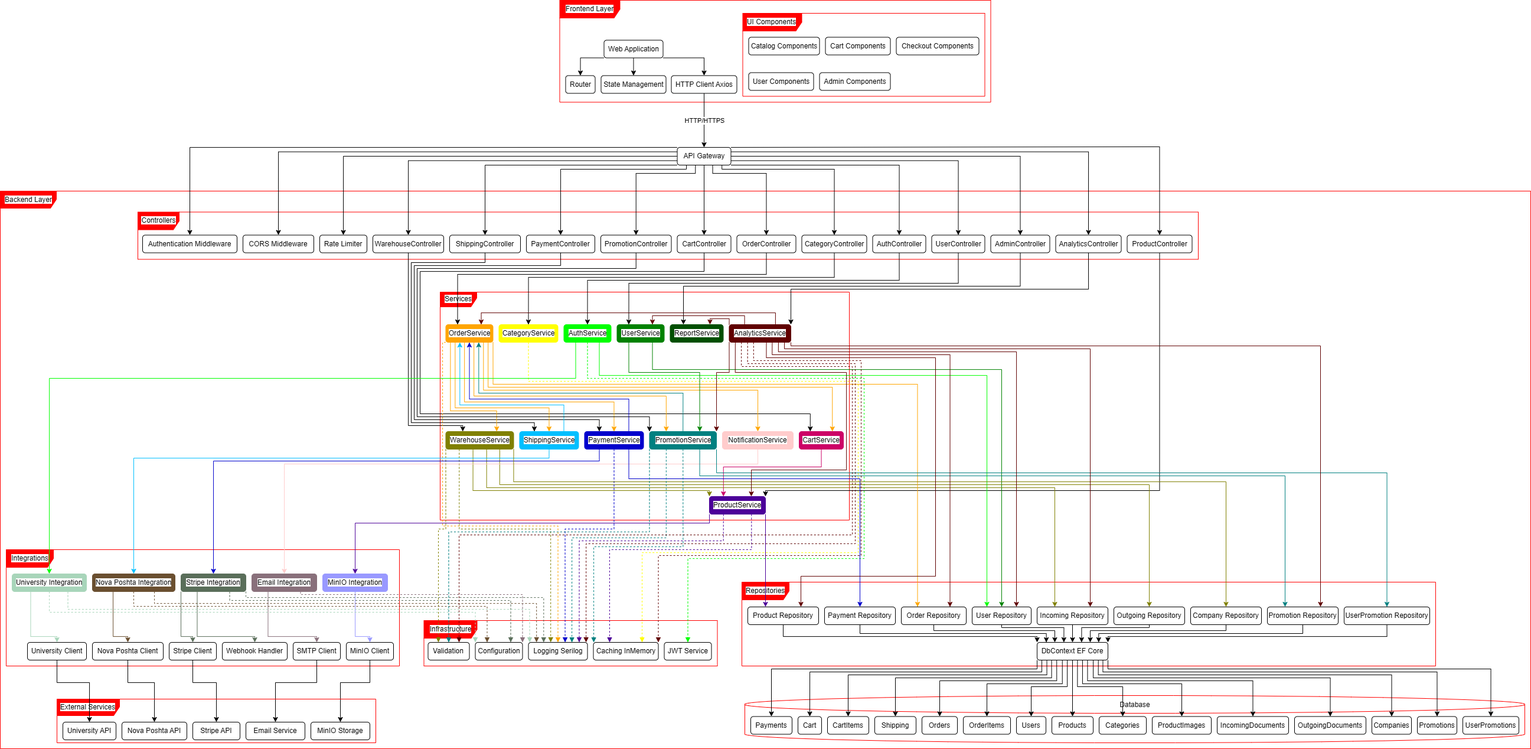
This is docs/diagrams/rendered/component-diagram-application-structure.png from DanSam29/souvenir-shop-khdu, a draw.io export, as it was before one commit. Source tidied: cells renumbered, new cells last; positions are measured from the earlier drawing's top-left corner, leaving out a move shared by most shapes.
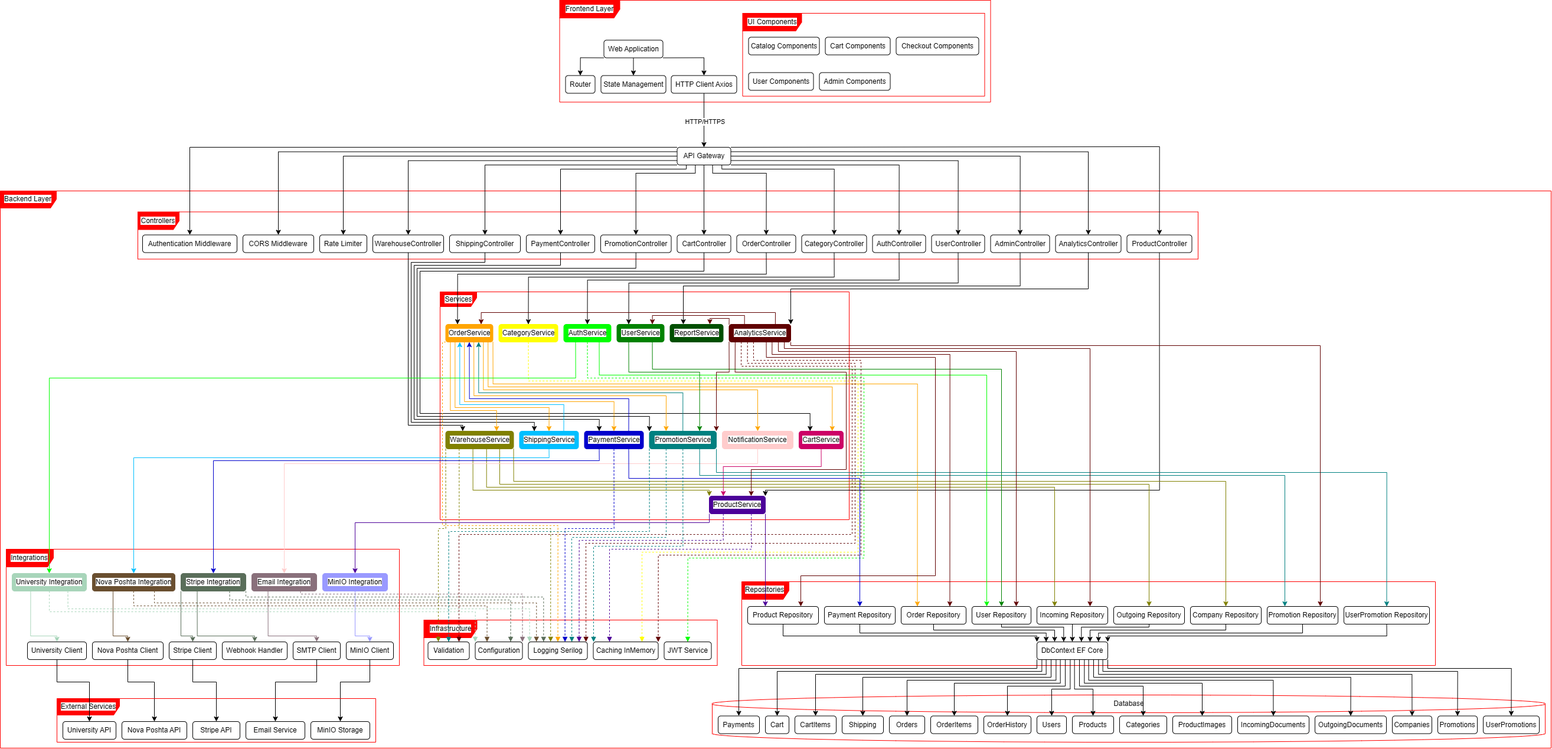
Later version of the same file.

What changed in the source:
```diff
@@ -136,3 +136,3 @@
     </mxCell>
-    <mxCell id="46" value="DbContext EF Core" style="rounded=1;whiteSpace=wrap;html=1;" parent="1" vertex="1">
+    <mxCell id="46" value="DbContext EF Core" style="rounded=1;whiteSpace=wrap;html=1;points=[[0,0,0,0,0],[0,0.25,0,0,0],[0,0.5,0,0,0],[0,0.75,0,0,0],[0,1,0,0,0],[0.07,1,0,0,0],[0.13,1,0,0,0],[0.2,1,0,0,0],[0.25,0,0,0,0],[0.27,1,0,0,0],[0.33,1,0,0,0],[0.4,1,0,0,0],[0.47,1,0,0,0],[0.5,0,0,0,0],[0.53,1,0,0,0],[0.6,1,0,0,0],[0.67,1,0,0,0],[0.73,1,0,0,0],[0.75,0,0,0,0],[0.8,1,0,0,0],[0.87,1,0,0,0],[0.93,1,0,0,0],[1,0,0,0,0],[1,0.25,0,0,0],[1,0.5,0,0,0],[1,0.75,0,0,0],[1,1,0,0,0]];" parent="1" vertex="1">
       <mxGeometry x="1756" y="1087" width="120" height="30" as="geometry" />
@@ -143,6 +143,6 @@
     <mxCell id="48" style="shape=cylinder3;whiteSpace=wrap;html=1;boundedLbl=1;backgroundOutline=1;size=15;strokeColor=#FF0000;" parent="1" vertex="1">
-      <mxGeometry x="1261" y="1177" width="1321" height="80" as="geometry" />
+      <mxGeometry x="1206" y="1177" width="1411" height="80" as="geometry" />
     </mxCell>
     <mxCell id="49" value="&lt;span style=&quot;background-color: light-dark(#ffffff, var(--ge-dark-color, #121212));&quot;&gt;Database&lt;/span&gt;" style="text;html=1;whiteSpace=wrap;strokeColor=none;fillColor=none;align=center;verticalAlign=middle;rounded=0;" parent="1" vertex="1">
-      <mxGeometry x="1892" y="1177.5" width="60" height="30" as="geometry" />
+      <mxGeometry x="1881.5" y="1177" width="60" height="30" as="geometry" />
     </mxCell>
@@ -182,3 +182,3 @@
     <mxCell id="61" value="&lt;span style=&quot;background-color: light-dark(#ffffff, var(--ge-dark-color, #121212));&quot;&gt;Backend Layer&lt;/span&gt;" style="shape=umlFrame;whiteSpace=wrap;html=1;width=95;height=29;fillColor=#FF0000;strokeColor=#FF0000;" parent="1" vertex="1">
-      <mxGeometry y="323" width="2592" height="944" as="geometry" />
+      <mxGeometry y="323" width="2627" height="944" as="geometry" />
     </mxCell>
@@ -289,128 +289,37 @@
     <mxCell id="85" value="Payments" style="rounded=1;whiteSpace=wrap;html=1;" parent="1" vertex="1">
-      <mxGeometry x="1271" y="1212.5" width="70" height="30" as="geometry" />
+      <mxGeometry x="1216" y="1212.5" width="70" height="30" as="geometry" />
     </mxCell>
     <mxCell id="86" value="Cart" style="rounded=1;whiteSpace=wrap;html=1;" parent="1" vertex="1">
-      <mxGeometry x="1351" y="1212.5" width="40" height="30" as="geometry" />
+      <mxGeometry x="1296" y="1212.5" width="40" height="30" as="geometry" />
     </mxCell>
     <mxCell id="87" value="CartItems" style="rounded=1;whiteSpace=wrap;html=1;" parent="1" vertex="1">
-      <mxGeometry x="1401" y="1212.5" width="70" height="30" as="geometry" />
+      <mxGeometry x="1346" y="1212.5" width="70" height="30" as="geometry" />
     </mxCell>
     <mxCell id="88" value="Shipping" style="rounded=1;whiteSpace=wrap;html=1;" parent="1" vertex="1">
-      <mxGeometry x="1481" y="1212.5" width="70" height="30" as="geometry" />
+      <mxGeometry x="1426" y="1212.5" width="70" height="30" as="geometry" />
     </mxCell>
     <mxCell id="89" value="Orders" style="rounded=1;whiteSpace=wrap;html=1;" parent="1" vertex="1">
-      <mxGeometry x="1561" y="1212.5" width="60" height="30" as="geometry" />
+      <mxGeometry x="1506" y="1212.5" width="60" height="30" as="geometry" />
     </mxCell>
     <mxCell id="90" value="OrderItems" style="rounded=1;whiteSpace=wrap;html=1;" parent="1" vertex="1">
-      <mxGeometry x="1631" y="1212.5" width="80" height="30" as="geometry" />
+      <mxGeometry x="1576" y="1212.5" width="80" height="30" as="geometry" />
     </mxCell>
     <mxCell id="91" value="Users" style="rounded=1;whiteSpace=wrap;html=1;" parent="1" vertex="1">
-      <mxGeometry x="1721" y="1212.5" width="50" height="30" as="geometry" />
+      <mxGeometry x="1756" y="1212.5" width="50" height="30" as="geometry" />
     </mxCell>
     <mxCell id="92" value="Products" style="rounded=1;whiteSpace=wrap;html=1;" parent="1" vertex="1">
-      <mxGeometry x="1781" y="1212.5" width="70" height="30" as="geometry" />
+      <mxGeometry x="1816" y="1212.5" width="70" height="30" as="geometry" />
     </mxCell>
     <mxCell id="93" value="Categories" style="rounded=1;whiteSpace=wrap;html=1;" parent="1" vertex="1">
-      <mxGeometry x="1861" y="1212.5" width="80" height="30" as="geometry" />
+      <mxGeometry x="1896" y="1212.5" width="80" height="30" as="geometry" />
     </mxCell>
     <mxCell id="94" value="ProductImages" style="rounded=1;whiteSpace=wrap;html=1;" parent="1" vertex="1">
-      <mxGeometry x="1951" y="1212.5" width="100" height="30" as="geometry" />
+      <mxGeometry x="1986" y="1212.5" width="100" height="30" as="geometry" />
     </mxCell>
     <mxCell id="95" value="IncomingDocuments" style="rounded=1;whiteSpace=wrap;html=1;" parent="1" vertex="1">
-      <mxGeometry x="2061" y="1212.5" width="121" height="30" as="geometry" />
+      <mxGeometry x="2096" y="1212.5" width="121" height="30" as="geometry" />
     </mxCell>
     <mxCell id="96" value="OutgoingDocuments" style="rounded=1;whiteSpace=wrap;html=1;" parent="1" vertex="1">
-      <mxGeometry x="2192" y="1212.5" width="121" height="30" as="geometry" />
+      <mxGeometry x="2227" y="1212.5" width="121" height="30" as="geometry" />
     </mxCell>
-    <mxCell id="97" style="endArrow=classic;html=1;rounded=0;exitX=0;exitY=1;exitDx=0;exitDy=0;entryX=0.5;entryY=0;entryDx=0;entryDy=0;edgeStyle=orthogonalEdgeStyle;" parent="1" edge="1" source="46" target="85">
-      <mxGeometry relative="1" as="geometry">
-        <Array as="points">
-          <mxPoint x="1756" y="1132" />
-          <mxPoint x="1306" y="1132" />
-        </Array>
-      </mxGeometry>
-    </mxCell>
-    <mxCell id="98" style="endArrow=classic;html=1;rounded=0;exitX=0.067;exitY=1.001;exitDx=0;exitDy=0;exitPerimeter=0;entryX=0.5;entryY=0;entryDx=0;entryDy=0;edgeStyle=orthogonalEdgeStyle;" parent="1" edge="1" source="46" target="86">
-      <mxGeometry relative="1" as="geometry">
-        <Array as="points">
-          <mxPoint x="1764" y="1137" />
-          <mxPoint x="1371" y="1137" />
-        </Array>
-      </mxGeometry>
-    </mxCell>
-    <mxCell id="99" style="endArrow=classic;html=1;rounded=0;exitX=0.138;exitY=1.005;exitDx=0;exitDy=0;exitPerimeter=0;entryX=0.5;entryY=0;entryDx=0;entryDy=0;edgeStyle=orthogonalEdgeStyle;" parent="1" edge="1" source="46" target="87">
-      <mxGeometry relative="1" as="geometry">
-        <Array as="points">
-          <mxPoint x="1773" y="1142" />
-          <mxPoint x="1436" y="1142" />
-        </Array>
-      </mxGeometry>
-    </mxCell>
-    <mxCell id="100" style="endArrow=classic;html=1;rounded=0;exitX=0.205;exitY=1.003;exitDx=0;exitDy=0;exitPerimeter=0;entryX=0.5;entryY=0;entryDx=0;entryDy=0;edgeStyle=orthogonalEdgeStyle;" parent="1" edge="1" source="46" target="88">
-      <mxGeometry relative="1" as="geometry">
-        <Array as="points">
-          <mxPoint x="1781" y="1147" />
-          <mxPoint x="1516" y="1147" />
-        </Array>
-      </mxGeometry>
-    </mxCell>
-    <mxCell id="101" style="endArrow=classic;html=1;rounded=0;exitX=0.277;exitY=1.005;exitDx=0;exitDy=0;exitPerimeter=0;entryX=0.5;entryY=0;entryDx=0;entryDy=0;edgeStyle=orthogonalEdgeStyle;" parent="1" edge="1" source="46" target="89">
-      <mxGeometry relative="1" as="geometry">
-        <Array as="points">
-          <mxPoint x="1789" y="1152" />
-          <mxPoint x="1591" y="1152" />
-        </Array>
-      </mxGeometry>
-    </mxCell>
-    <mxCell id="102" style="endArrow=classic;html=1;rounded=0;exitX=0.356;exitY=1.005;exitDx=0;exitDy=0;exitPerimeter=0;entryX=0.5;entryY=0;entryDx=0;entryDy=0;edgeStyle=orthogonalEdgeStyle;" parent="1" edge="1" source="46" target="90">
-      <mxGeometry relative="1" as="geometry">
-        <Array as="points">
-          <mxPoint x="1799" y="1157" />
-          <mxPoint x="1671" y="1157" />
-        </Array>
-      </mxGeometry>
-    </mxCell>
-    <mxCell id="103" style="endArrow=classic;html=1;rounded=0;exitX=0.426;exitY=1.003;exitDx=0;exitDy=0;entryX=0.5;entryY=0;entryDx=0;entryDy=0;exitPerimeter=0;edgeStyle=orthogonalEdgeStyle;" parent="1" edge="1" source="46" target="91">
-      <mxGeometry relative="1" as="geometry">
-        <Array as="points">
-          <mxPoint x="1807" y="1162" />
-          <mxPoint x="1746" y="1162" />
-        </Array>
-      </mxGeometry>
-    </mxCell>
-    <mxCell id="104" style="endArrow=classic;html=1;rounded=0;exitX=0.5;exitY=1;exitDx=0;exitDy=0;entryX=0.5;entryY=0;entryDx=0;entryDy=0;" parent="1" edge="1" source="46" target="92">
-      <mxGeometry relative="1" as="geometry" />
-    </mxCell>
-    <mxCell id="105" style="endArrow=classic;html=1;rounded=0;exitX=0.57;exitY=1.003;exitDx=0;exitDy=0;exitPerimeter=0;entryX=0.5;entryY=0;entryDx=0;entryDy=0;edgeStyle=orthogonalEdgeStyle;" parent="1" edge="1" source="46" target="93">
-      <mxGeometry relative="1" as="geometry">
-        <Array as="points">
-          <mxPoint x="1824" y="1162" />
-          <mxPoint x="1901" y="1162" />
-        </Array>
-      </mxGeometry>
-    </mxCell>
-    <mxCell id="106" style="endArrow=classic;html=1;rounded=0;exitX=0.641;exitY=1.003;exitDx=0;exitDy=0;exitPerimeter=0;entryX=0.5;entryY=0;entryDx=0;entryDy=0;edgeStyle=orthogonalEdgeStyle;" parent="1" edge="1" source="46" target="94">
-      <mxGeometry relative="1" as="geometry">
-        <Array as="points">
-          <mxPoint x="1833" y="1157" />
-          <mxPoint x="2001" y="1157" />
-        </Array>
-      </mxGeometry>
-    </mxCell>
-    <mxCell id="107" style="endArrow=classic;html=1;rounded=0;exitX=0.712;exitY=1.005;exitDx=0;exitDy=0;exitPerimeter=0;entryX=0.5;entryY=0;entryDx=0;entryDy=0;edgeStyle=orthogonalEdgeStyle;" parent="1" edge="1" source="46" target="95">
-      <mxGeometry relative="1" as="geometry">
-        <Array as="points">
-          <mxPoint x="1841" y="1152" />
-          <mxPoint x="2122" y="1152" />
-        </Array>
-      </mxGeometry>
-    </mxCell>
-    <mxCell id="108" style="endArrow=classic;html=1;rounded=0;exitX=0.792;exitY=1.005;exitDx=0;exitDy=0;exitPerimeter=0;entryX=0.5;entryY=0;entryDx=0;entryDy=0;edgeStyle=orthogonalEdgeStyle;" parent="1" edge="1" source="46" target="96">
-      <mxGeometry relative="1" as="geometry">
-        <Array as="points">
-          <mxPoint x="1851" y="1147" />
-          <mxPoint x="2252" y="1147" />
-        </Array>
-      </mxGeometry>
-    </mxCell>
     <mxCell id="109" style="endArrow=classic;html=1;rounded=0;exitX=0.5;exitY=1;exitDx=0;exitDy=0;entryX=0.5;entryY=0;entryDx=0;entryDy=0;edgeStyle=orthogonalEdgeStyle;" parent="1" edge="1" source="30" target="113">
@@ -856,12 +765,4 @@
     <mxCell id="167" value="Companies" style="rounded=1;whiteSpace=wrap;html=1;" parent="1" vertex="1">
-      <mxGeometry x="2323" y="1212.5" width="67" height="30" as="geometry" />
+      <mxGeometry x="2358" y="1212.5" width="67" height="30" as="geometry" />
     </mxCell>
-    <mxCell id="168" style="endArrow=classic;html=1;rounded=0;exitX=0.864;exitY=1.003;exitDx=0;exitDy=0;entryX=0.5;entryY=0;entryDx=0;entryDy=0;exitPerimeter=0;edgeStyle=orthogonalEdgeStyle;" parent="1" edge="1" source="46" target="167">
-      <mxGeometry relative="1" as="geometry">
-        <Array as="points">
-          <mxPoint x="1860" y="1142" />
-          <mxPoint x="2356" y="1142" />
-        </Array>
-      </mxGeometry>
-    </mxCell>
     <mxCell id="169" style="endArrow=classic;html=1;rounded=0;strokeColor=#808000;exitX=1;exitY=1;exitDx=0;exitDy=0;entryX=0.5;entryY=0;entryDx=0;entryDy=0;edgeStyle=orthogonalEdgeStyle;" parent="1" edge="1" source="82" target="166">
@@ -923,23 +824,7 @@
     <mxCell id="177" value="Promotions" style="rounded=1;whiteSpace=wrap;html=1;" parent="1" vertex="1">
-      <mxGeometry x="2400" y="1212.5" width="67" height="30" as="geometry" />
+      <mxGeometry x="2435" y="1212.5" width="67" height="30" as="geometry" />
     </mxCell>
     <mxCell id="178" value="UserPromotions" style="rounded=1;whiteSpace=wrap;html=1;" parent="1" vertex="1">
-      <mxGeometry x="2477" y="1212.5" width="95" height="30" as="geometry" />
+      <mxGeometry x="2512" y="1212.5" width="95" height="30" as="geometry" />
     </mxCell>
-    <mxCell id="179" style="endArrow=classic;html=1;rounded=0;exitX=0.929;exitY=1.004;exitDx=0;exitDy=0;exitPerimeter=0;entryX=0.5;entryY=0;entryDx=0;entryDy=0;edgeStyle=orthogonalEdgeStyle;" parent="1" edge="1" source="46" target="177">
-      <mxGeometry relative="1" as="geometry">
-        <Array as="points">
-          <mxPoint x="1868" y="1137" />
-          <mxPoint x="2434" y="1137" />
-        </Array>
-      </mxGeometry>
-    </mxCell>
-    <mxCell id="180" style="endArrow=classic;html=1;rounded=0;exitX=1;exitY=1;exitDx=0;exitDy=0;entryX=0.5;entryY=0;entryDx=0;entryDy=0;edgeStyle=orthogonalEdgeStyle;" parent="1" edge="1" source="46" target="178">
-      <mxGeometry relative="1" as="geometry">
-        <Array as="points">
-          <mxPoint x="1876" y="1132" />
-          <mxPoint x="2524" y="1132" />
-        </Array>
-      </mxGeometry>
-    </mxCell>
     <mxCell id="181" value="Promotion Repository" style="rounded=1;whiteSpace=wrap;html=1;" parent="1" vertex="1">
@@ -1228,2 +1113,133 @@
     </mxCell>
+    <mxCell id="222" value="OrderHistory" style="rounded=1;whiteSpace=wrap;html=1;" parent="1" vertex="1">
+      <mxGeometry x="1666" y="1212.5" width="80" height="30" as="geometry" />
+    </mxCell>
+    <mxCell id="101" style="endArrow=classic;html=1;rounded=0;entryX=0.5;entryY=0;entryDx=0;entryDy=0;exitX=0.27;exitY=1;exitDx=0;exitDy=0;exitPerimeter=0;edgeStyle=orthogonalEdgeStyle;" parent="1" edge="1" source="46" target="89">
+      <mxGeometry relative="1" as="geometry">
+        <Array as="points">
+          <mxPoint x="1788" y="1152" />
+          <mxPoint x="1536" y="1152" />
+        </Array>
+      </mxGeometry>
+    </mxCell>
+    <mxCell id="105" style="endArrow=classic;html=1;rounded=0;exitX=0.6;exitY=1;exitDx=0;exitDy=0;exitPerimeter=0;entryX=0.5;entryY=0;entryDx=0;entryDy=0;edgeStyle=orthogonalEdgeStyle;" parent="1" edge="1" source="46" target="93">
+      <mxGeometry relative="1" as="geometry">
+        <Array as="points">
+          <mxPoint x="1828" y="1162" />
+          <mxPoint x="1936" y="1162" />
+        </Array>
+      </mxGeometry>
+    </mxCell>
+    <mxCell id="104" style="endArrow=classic;html=1;rounded=0;exitX=0.53;exitY=1;exitDx=0;exitDy=0;exitPerimeter=0;entryX=0.5;entryY=0;entryDx=0;entryDy=0;edgeStyle=orthogonalEdgeStyle;" parent="1" edge="1" source="46" target="92">
+      <mxGeometry relative="1" as="geometry">
+        <Array as="points">
+          <mxPoint x="1820" y="1167" />
+          <mxPoint x="1851" y="1167" />
+        </Array>
+      </mxGeometry>
+    </mxCell>
+    <mxCell id="103" style="endArrow=classic;html=1;rounded=0;entryX=0.5;entryY=0;entryDx=0;entryDy=0;exitX=0.47;exitY=1;exitDx=0;exitDy=0;exitPerimeter=0;edgeStyle=orthogonalEdgeStyle;" parent="1" edge="1" source="46" target="91">
+      <mxGeometry relative="1" as="geometry">
+        <Array as="points">
+          <mxPoint x="1812" y="1167" />
+          <mxPoint x="1781" y="1167" />
+        </Array>
+      </mxGeometry>
+    </mxCell>
+    <mxCell id="223" style="endArrow=classic;html=1;rounded=0;entryX=0.5;entryY=0;entryDx=0;entryDy=0;exitX=0.4;exitY=1;exitDx=0;exitDy=0;exitPerimeter=0;edgeStyle=orthogonalEdgeStyle;" parent="1" edge="1" source="46" target="222">
+      <mxGeometry relative="1" as="geometry">
+        <Array as="points">
+          <mxPoint x="1804" y="1162" />
+          <mxPoint x="1706" y="1162" />
+        </Array>
+      </mxGeometry>
+    </mxCell>
+    <mxCell id="102" style="endArrow=classic;html=1;rounded=0;entryX=0.5;entryY=0;entryDx=0;entryDy=0;exitX=0.33;exitY=1;exitDx=0;exitDy=0;exitPerimeter=0;edgeStyle=orthogonalEdgeStyle;" parent="1" edge="1" source="46" target="90">
+      <mxGeometry relative="1" as="geometry">
+        <Array as="points">
+          <mxPoint x="1796" y="1157" />
+          <mxPoint x="1616" y="1157" />
+        </Array>
+      </mxGeometry>
+    </mxCell>
+    <mxCell id="99" style="endArrow=classic;html=1;rounded=0;entryX=0.5;entryY=0;entryDx=0;entryDy=0;exitX=0.13;exitY=1;exitDx=0;exitDy=0;exitPerimeter=0;edgeStyle=orthogonalEdgeStyle;" parent="1" edge="1" source="46" target="87">
+      <mxGeometry relative="1" as="geometry">
+        <Array as="points">
+          <mxPoint x="1772" y="1142" />
+          <mxPoint x="1381" y="1142" />
+        </Array>
+      </mxGeometry>
+    </mxCell>
+    <mxCell id="98" style="endArrow=classic;html=1;rounded=0;entryX=0.5;entryY=0;entryDx=0;entryDy=0;exitX=0.07;exitY=1;exitDx=0;exitDy=0;exitPerimeter=0;edgeStyle=orthogonalEdgeStyle;" parent="1" edge="1" source="46" target="86">
+      <mxGeometry relative="1" as="geometry">
+        <Array as="points">
+          <mxPoint x="1764" y="1137" />
+          <mxPoint x="1316" y="1137" />
+        </Array>
+      </mxGeometry>
+    </mxCell>
+    <mxCell id="97" style="endArrow=classic;html=1;rounded=0;exitX=0;exitY=1;exitDx=0;exitDy=0;exitPerimeter=0;entryX=0.5;entryY=0;entryDx=0;entryDy=0;edgeStyle=orthogonalEdgeStyle;" parent="1" edge="1" source="46" target="85">
+      <mxGeometry relative="1" as="geometry">
+        <Array as="points">
+          <mxPoint x="1756" y="1132" />
+          <mxPoint x="1251" y="1132" />
+        </Array>
+      </mxGeometry>
+    </mxCell>
+    <mxCell id="100" style="endArrow=classic;html=1;rounded=0;entryX=0.5;entryY=0;entryDx=0;entryDy=0;exitX=0.2;exitY=1;exitDx=0;exitDy=0;exitPerimeter=0;edgeStyle=orthogonalEdgeStyle;" parent="1" edge="1" source="46" target="88">
+      <mxGeometry relative="1" as="geometry">
+        <Array as="points">
+          <mxPoint x="1780" y="1147" />
+          <mxPoint x="1461" y="1147" />
+        </Array>
+      </mxGeometry>
+    </mxCell>
+    <mxCell id="108" style="endArrow=classic;html=1;rounded=0;exitX=0.8;exitY=1;exitDx=0;exitDy=0;exitPerimeter=0;entryX=0.5;entryY=0;entryDx=0;entryDy=0;edgeStyle=orthogonalEdgeStyle;" parent="1" edge="1" source="46" target="96">
+      <mxGeometry relative="1" as="geometry">
+        <Array as="points">
+          <mxPoint x="1852" y="1147" />
+          <mxPoint x="2288" y="1147" />
+        </Array>
+      </mxGeometry>
+    </mxCell>
+    <mxCell id="180" style="endArrow=classic;html=1;rounded=0;exitX=1;exitY=1;exitDx=0;exitDy=0;exitPerimeter=0;entryX=0.5;entryY=0;entryDx=0;entryDy=0;edgeStyle=orthogonalEdgeStyle;" parent="1" edge="1" source="46" target="178">
+      <mxGeometry relative="1" as="geometry">
+        <Array as="points">
+          <mxPoint x="1876" y="1132" />
+          <mxPoint x="2559" y="1132" />
+        </Array>
+      </mxGeometry>
+    </mxCell>
+    <mxCell id="179" style="endArrow=classic;html=1;rounded=0;exitX=0.93;exitY=1;exitDx=0;exitDy=0;exitPerimeter=0;entryX=0.5;entryY=0;entryDx=0;entryDy=0;edgeStyle=orthogonalEdgeStyle;" parent="1" edge="1" source="46" target="177">
+      <mxGeometry relative="1" as="geometry">
+        <Array as="points">
+          <mxPoint x="1868" y="1137" />
+          <mxPoint x="2469" y="1137" />
+        </Array>
+      </mxGeometry>
+    </mxCell>
+    <mxCell id="168" style="endArrow=classic;html=1;rounded=0;exitX=0.87;exitY=1;exitDx=0;exitDy=0;exitPerimeter=0;entryX=0.5;entryY=0;entryDx=0;entryDy=0;edgeStyle=orthogonalEdgeStyle;" parent="1" edge="1" source="46" target="167">
+      <mxGeometry relative="1" as="geometry">
+        <Array as="points">
+          <mxPoint x="1860" y="1142" />
+          <mxPoint x="2391" y="1142" />
+        </Array>
+      </mxGeometry>
+    </mxCell>
+    <mxCell id="107" style="endArrow=classic;html=1;rounded=0;entryX=0.5;entryY=0;entryDx=0;entryDy=0;exitX=0.73;exitY=1;exitDx=0;exitDy=0;exitPerimeter=0;edgeStyle=orthogonalEdgeStyle;" parent="1" edge="1" source="46" target="95">
+      <mxGeometry relative="1" as="geometry">
+        <Array as="points">
+          <mxPoint x="1844" y="1152" />
+          <mxPoint x="2156" y="1152" />
+        </Array>
+      </mxGeometry>
+    </mxCell>
+    <mxCell id="106" style="endArrow=classic;html=1;rounded=0;exitX=0.67;exitY=1;exitDx=0;exitDy=0;exitPerimeter=0;entryX=0.5;entryY=0;entryDx=0;entryDy=0;edgeStyle=orthogonalEdgeStyle;" parent="1" edge="1" source="46" target="94">
+      <mxGeometry relative="1" as="geometry">
+        <Array as="points">
+          <mxPoint x="1836" y="1157" />
+          <mxPoint x="2036" y="1157" />
+        </Array>
+      </mxGeometry>
+    </mxCell>
   </root>
```
